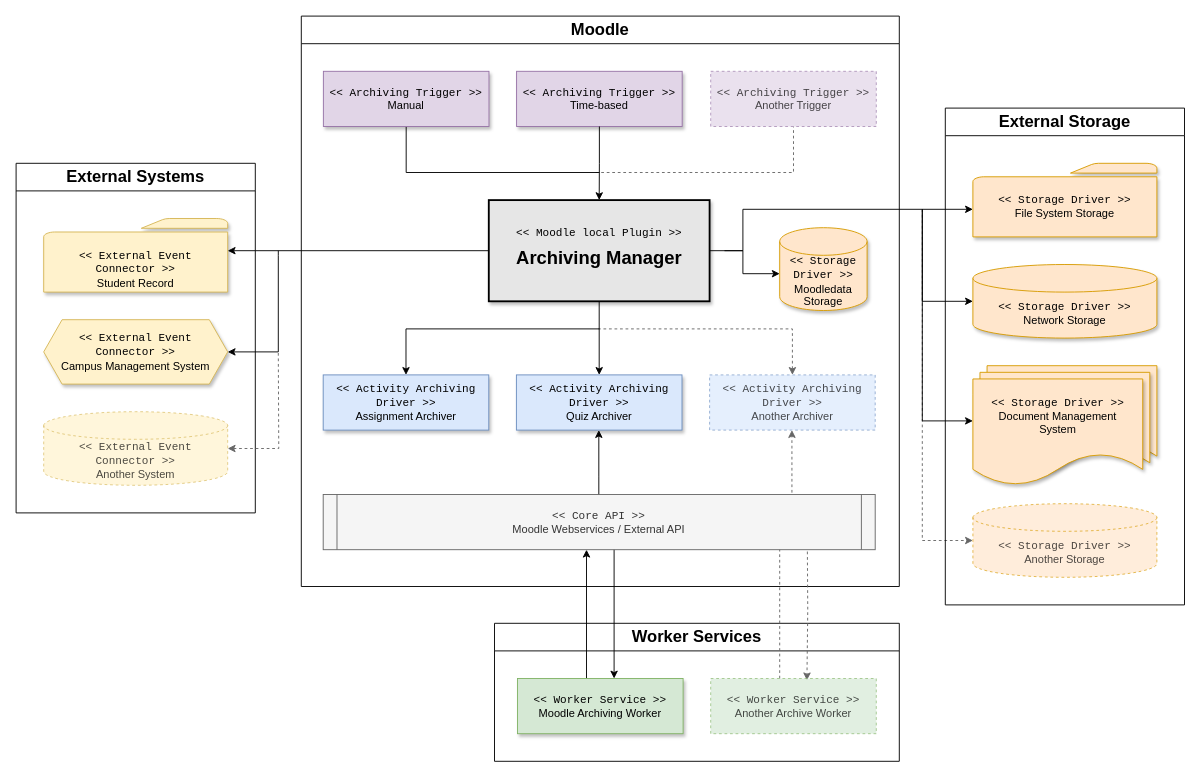
Above: docs/assets/diagrams/architecture-overview.drawio in ngandrass/moodle-local_archiving (draw.io), before the change. Source tidied: cells renumbered, new cells numbered last; positions are measured from the earlier drawing's top-left corner, leaving out a move shared by most shapes. Both pictures are drawn from the tidied source at 92%, with x=0, y=0 at pixel (16, 16).
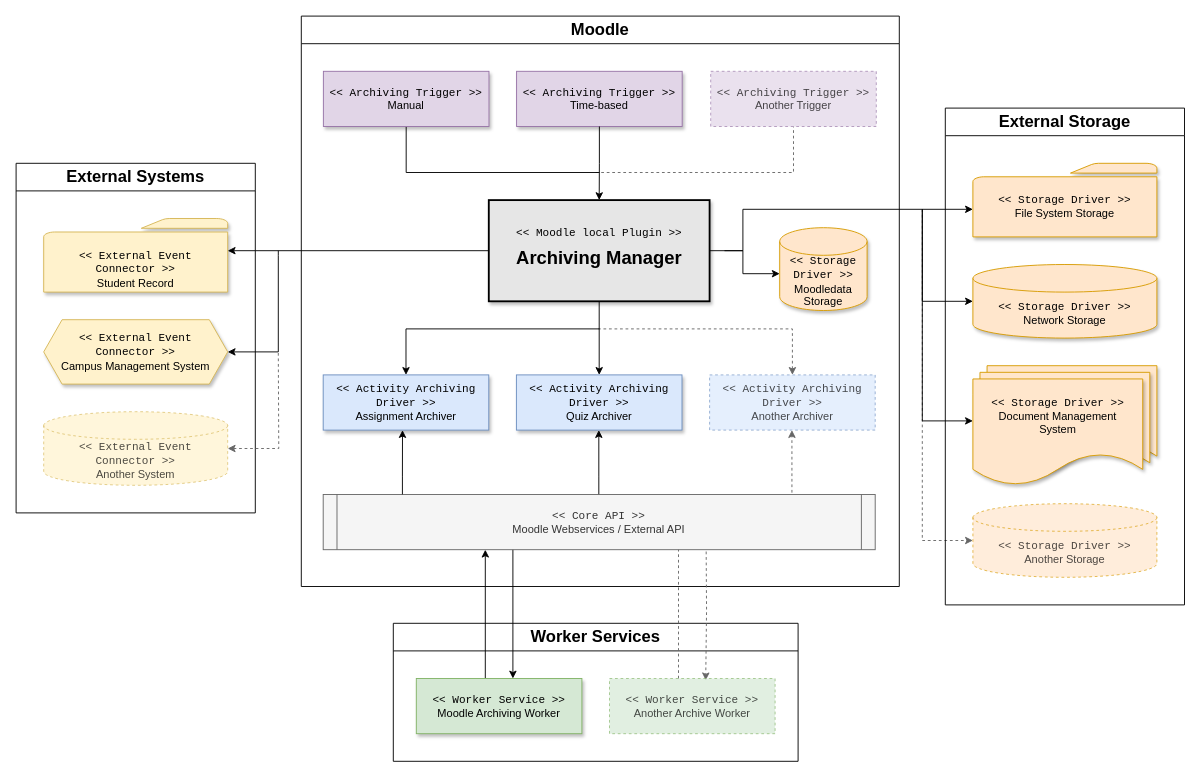
The same page after the edit.

Commit message (it also covers changes not shown here):
docs: Update architecture overview diagram to better show use of Moodle Archiving Worker service for multiple archivingmod plugins

The edit, as a diff of the source:
```diff
@@
     <mxCell id="4" value="&lt;font style=&quot;font-size: 18px;&quot;&gt;Worker Services&lt;/font&gt;" style="swimlane;whiteSpace=wrap;html=1;startSize=30;" parent="1" vertex="1">
-      <mxGeometry x="520" y="660" width="440" height="150" as="geometry" />
+      <mxGeometry x="410" y="660" width="440" height="150" as="geometry" />
     </mxCell>
     <mxCell id="5" style="edgeStyle=orthogonalEdgeStyle;rounded=0;orthogonalLoop=1;jettySize=auto;html=1;" parent="1" edge="1">
       <mxGeometry relative="1" as="geometry">
-        <mxPoint x="650" y="570" as="sourcePoint" />
-        <mxPoint x="650" y="720" as="targetPoint" />
+        <mxPoint x="540" y="570" as="sourcePoint" />
+        <mxPoint x="540" y="720" as="targetPoint" />
       </mxGeometry>
     </mxCell>
@@
     <mxCell id="21" style="edgeStyle=orthogonalEdgeStyle;rounded=0;orthogonalLoop=1;jettySize=auto;html=1;" parent="1" edge="1">
       <mxGeometry relative="1" as="geometry">
-        <mxPoint x="620" y="720" as="sourcePoint" />
-        <mxPoint x="620" y="580" as="targetPoint" />
+        <mxPoint x="510" y="720" as="sourcePoint" />
+        <mxPoint x="510" y="580" as="targetPoint" />
       </mxGeometry>
     </mxCell>
@@
     <mxCell id="28" style="edgeStyle=orthogonalEdgeStyle;rounded=0;orthogonalLoop=1;jettySize=auto;html=1;fillColor=#f5f5f5;strokeColor=#666666;dashed=1;" parent="1" edge="1">
       <mxGeometry relative="1" as="geometry">
-        <mxPoint x="830" y="720" as="sourcePoint" />
-        <mxPoint x="830" y="560" as="targetPoint" />
+        <mxPoint x="720" y="720" as="sourcePoint" />
+        <mxPoint x="720" y="560" as="targetPoint" />
         <Array as="points">
-          <mxPoint x="830" y="610" />
-          <mxPoint x="830" y="610" />
+          <mxPoint x="720" y="610" />
+          <mxPoint x="720" y="610" />
         </Array>
       </mxGeometry>
     </mxCell>
@@
     <mxCell id="33" style="edgeStyle=orthogonalEdgeStyle;rounded=0;jettySize=auto;html=1;dashed=1;fillColor=#f5f5f5;strokeColor=#666666;entryX=0.581;entryY=0.033;entryDx=0;entryDy=0;entryPerimeter=0;" parent="1" edge="1" target="37">
       <mxGeometry relative="1" as="geometry">
-        <mxPoint x="860" y="570" as="sourcePoint" />
+        <mxPoint x="750" y="570" as="sourcePoint" />
       </mxGeometry>
     </mxCell>
@@
     <mxCell id="37" value="&lt;font face=&quot;Courier New&quot; style=&quot;font-size: 12px;&quot;&gt;&amp;lt;&amp;lt; Worker Service &amp;gt;&amp;gt;&lt;/font&gt;&lt;div style=&quot;&quot;&gt;Another Archive Worker&lt;/div&gt;" style="rounded=0;whiteSpace=wrap;html=1;fillColor=#d5e8d4;strokeColor=#82b366;spacing=2;opacity=70;dashed=1;textOpacity=70;" parent="1" vertex="1">
-      <mxGeometry x="755" y="720" width="180" height="60" as="geometry" />
+      <mxGeometry x="645" y="720" width="180" height="60" as="geometry" />
     </mxCell>
     <mxCell id="38" value="&lt;font face=&quot;Courier New&quot; style=&quot;font-size: 12px;&quot;&gt;&amp;lt;&amp;lt; Worker Service &amp;gt;&amp;gt;&lt;/font&gt;&lt;div style=&quot;&quot;&gt;Moodle Archiving Worker&lt;/div&gt;" style="rounded=0;whiteSpace=wrap;html=1;fillColor=#d5e8d4;strokeColor=#82b366;spacing=2;shadow=1;" parent="1" vertex="1">
-      <mxGeometry x="545" y="720" width="180" height="60" as="geometry" />
+      <mxGeometry x="435" y="720" width="180" height="60" as="geometry" />
     </mxCell>
@@
+    <mxCell id="47" style="edgeStyle=orthogonalEdgeStyle;rounded=0;orthogonalLoop=1;jettySize=auto;html=1;" parent="1" edge="1">
+      <mxGeometry x="-0.16" relative="1" as="geometry">
+        <mxPoint x="419.9" y="519.8" as="sourcePoint" />
+        <mxPoint x="420" y="450" as="targetPoint" />
+        <Array as="points">
+          <mxPoint x="420" y="500" />
+          <mxPoint x="420" y="500" />
+        </Array>
+      </mxGeometry>
+    </mxCell>
```
